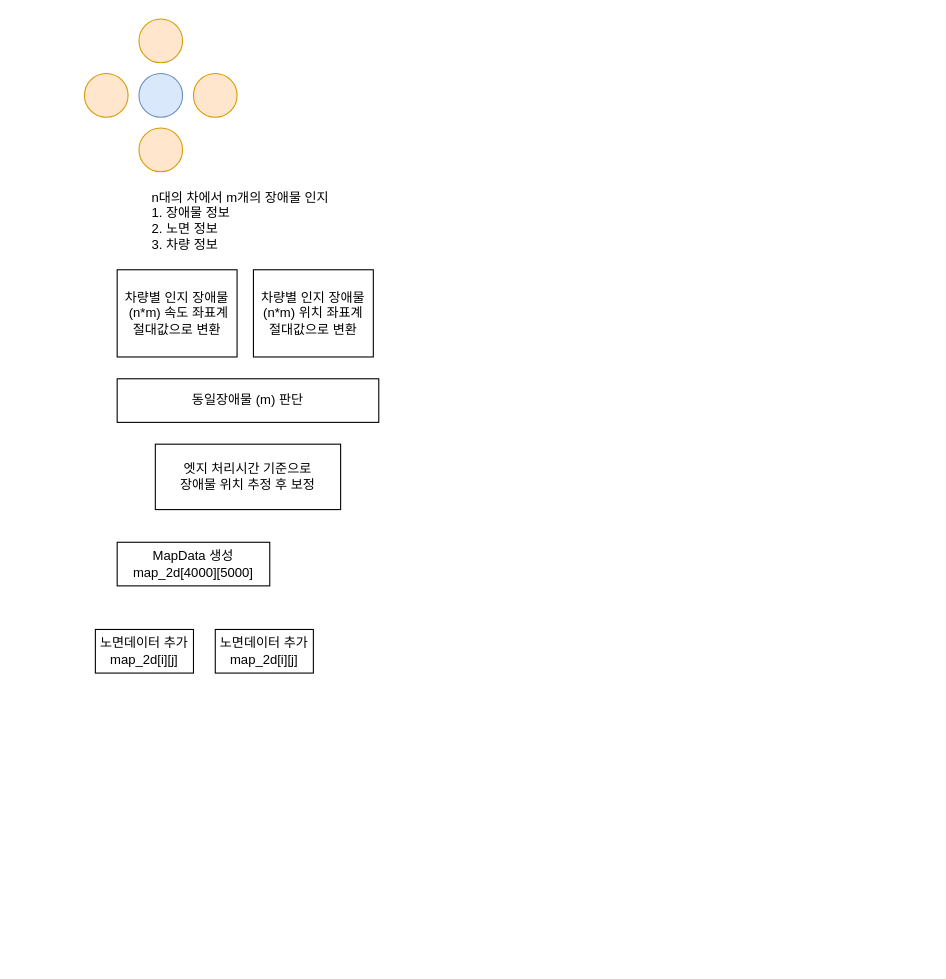
Before: Untitled Diagram.drawio in fittingend/edge_SDK, a draw.io diagram. Source tidied: cells renumbered, new cells numbered last; positions are measured from the earlier drawing's top-left corner, leaving out a move shared by most shapes. Both pictures are drawn from the tidied source at 109%, with x=0, y=0 at pixel (84, 19).
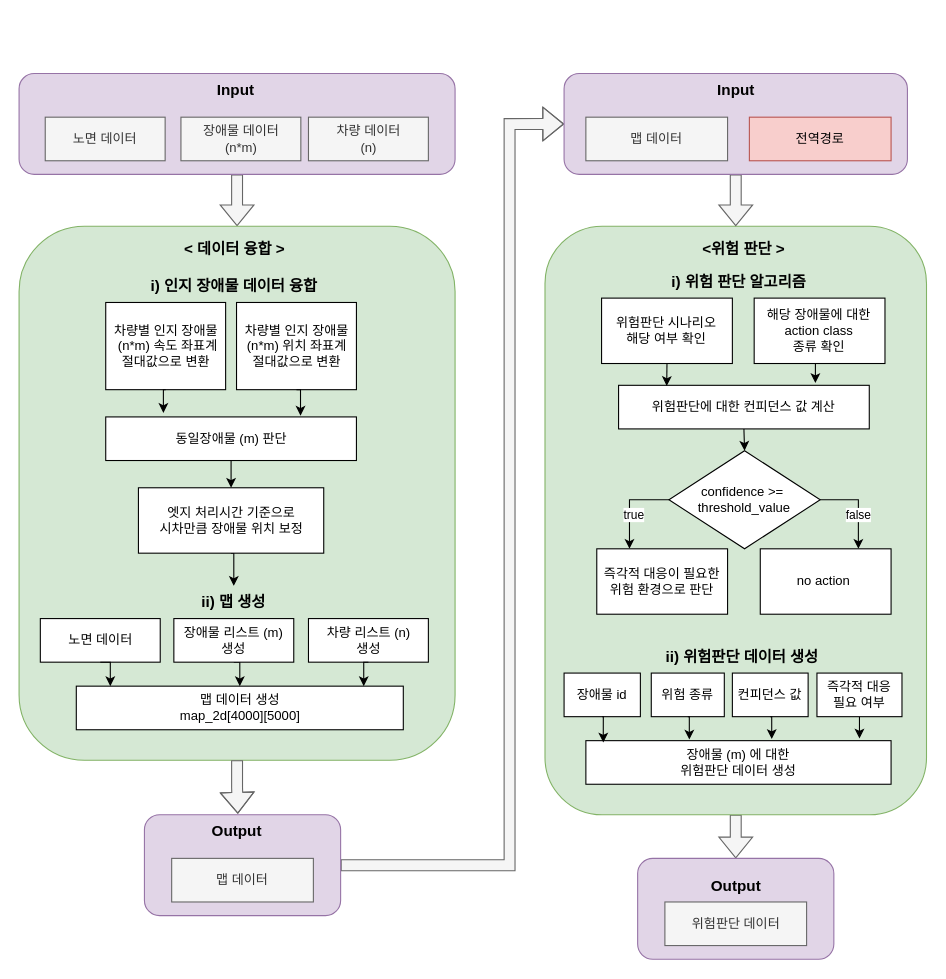
After the change.

What changed in the source:
```diff
@@
+    <mxCell id="16" style="edgeStyle=orthogonalEdgeStyle;rounded=0;jettySize=auto;html=1;exitX=0.5;exitY=1;exitDx=0;exitDy=0;shape=flexArrow;fillColor=#f5f5f5;strokeColor=#666666;" parent="1" edge="1" source="17" target="58">
+      <mxGeometry relative="1" as="geometry" />
+    </mxCell>
+    <mxCell id="17" style="rounded=1;whiteSpace=wrap;html=1;fillColor=#d5e8d4;strokeColor=#82b366;" parent="1" vertex="1">
+      <mxGeometry x="422.5" y="190" width="350" height="540" as="geometry" />
+    </mxCell>
+    <mxCell id="18" style="edgeStyle=orthogonalEdgeStyle;rounded=0;jettySize=auto;html=1;exitX=0.5;exitY=1;exitDx=0;exitDy=0;entryX=0.5;entryY=0;entryDx=0;entryDy=0;shape=flexArrow;fillColor=#f5f5f5;strokeColor=#666666;" parent="1" edge="1" source="19" target="20">
+      <mxGeometry relative="1" as="geometry" />
+    </mxCell>
+    <mxCell id="19" style="rounded=1;whiteSpace=wrap;html=1;fillColor=#e1d5e7;strokeColor=#9673a6;" parent="1" vertex="1">
+      <mxGeometry x="-60" y="50" width="400" height="92.5" as="geometry" />
+    </mxCell>
+    <mxCell id="20" style="rounded=1;whiteSpace=wrap;html=1;fillColor=#d5e8d4;strokeColor=#82b366;" parent="1" vertex="1">
+      <mxGeometry x="-60" y="190" width="400" height="490" as="geometry" />
+    </mxCell>
     <mxCell id="2" value="차량별 인지 장애물&lt;br&gt;&amp;nbsp;(n*m) 속도 좌표계 &lt;br&gt;절대값으로 변환" style="rounded=0;whiteSpace=wrap;html=1;" parent="1" vertex="1">
-      <mxGeometry x="30" y="230" width="110" height="80" as="geometry" />
+      <mxGeometry x="19.5" y="260" width="110" height="80" as="geometry" />
     </mxCell>
-    <mxCell id="3" style="ellipse;whiteSpace=wrap;html=1;fillColor=#ffe6cc;strokeColor=#d79b00;" parent="1" vertex="1">
-      <mxGeometry x="50" width="40" height="40" as="geometry" />
-    </mxCell>
-    <mxCell id="4" style="ellipse;whiteSpace=wrap;html=1;fillColor=#ffe6cc;strokeColor=#d79b00;" parent="1" vertex="1">
-      <mxGeometry x="50" y="100" width="40" height="40" as="geometry" />
-    </mxCell>
-    <mxCell id="5" style="ellipse;whiteSpace=wrap;html=1;fillColor=#ffe6cc;strokeColor=#d79b00;" parent="1" vertex="1">
-      <mxGeometry y="50" width="40" height="40" as="geometry" />
-    </mxCell>
-    <mxCell id="6" style="ellipse;whiteSpace=wrap;html=1;fillColor=#ffe6cc;strokeColor=#d79b00;" parent="1" vertex="1">
-      <mxGeometry x="100" y="50" width="40" height="40" as="geometry" />
-    </mxCell>
-    <mxCell id="7" style="ellipse;whiteSpace=wrap;html=1;fillColor=#dae8fc;strokeColor=#6c8ebf;" parent="1" vertex="1">
-      <mxGeometry x="50" y="50" width="40" height="40" as="geometry" />
-    </mxCell>
-    <mxCell id="8" value="n대의 차에서 m개의 장애물 인지&lt;br&gt;1. 장애물 정보&amp;nbsp;&lt;br&gt;2. 노면 정보&lt;br&gt;3. 차량 정보" style="text;html=1;strokeColor=none;fillColor=none;align=left;verticalAlign=middle;whiteSpace=wrap;rounded=0;" parent="1" vertex="1">
-      <mxGeometry x="60" y="170" width="210" height="30" as="geometry" />
-    </mxCell>
@@
     <mxCell id="10" value="차량별 인지 장애물&lt;br&gt;(n*m)&amp;nbsp;위치 좌표계&lt;br&gt;절대값으로 변환" style="rounded=0;whiteSpace=wrap;html=1;" parent="1" vertex="1">
-      <mxGeometry x="155" y="230" width="110" height="80" as="geometry" />
+      <mxGeometry x="139.5" y="260" width="110" height="80" as="geometry" />
     </mxCell>
+    <mxCell id="21" style="edgeStyle=orthogonalEdgeStyle;rounded=0;jettySize=auto;html=1;exitX=0.5;exitY=1;exitDx=0;exitDy=0;entryX=0.5;entryY=0;entryDx=0;entryDy=0;" parent="1" edge="1" source="11" target="30">
+      <mxGeometry relative="1" as="geometry" />
+    </mxCell>
-    <mxCell id="11" value="엣지 처리시간 기준으로 &lt;br&gt;장애물 위치 추정 후 보정" style="rounded=0;whiteSpace=wrap;html=1;" parent="1" vertex="1">
-      <mxGeometry x="65" y="390" width="170" height="60" as="geometry" />
+    <mxCell id="11" value="엣지 처리시간 기준으로 &lt;br&gt;시차만큼 장애물 위치 보정" style="rounded=0;whiteSpace=wrap;html=1;" parent="1" vertex="1">
+      <mxGeometry x="49.5" y="430" width="170" height="60" as="geometry" />
     </mxCell>
-    <mxCell id="12" value="MapData 생성&lt;br&gt;map_2d[4000][5000]" style="rounded=0;whiteSpace=wrap;html=1;" parent="1" vertex="1">
-      <mxGeometry x="30" y="480" width="140" height="40" as="geometry" />
+    <mxCell id="12" value="맵 데이터 생성&lt;br&gt;map_2d[4000][5000]" style="rounded=0;whiteSpace=wrap;html=1;" parent="1" vertex="1">
+      <mxGeometry x="-7.5" y="612" width="300" height="40" as="geometry" />
     </mxCell>
-    <mxCell id="13" value="노면데이터 추가&lt;br&gt;map_2d[i][j]" style="rounded=0;whiteSpace=wrap;html=1;" parent="1" vertex="1">
-      <mxGeometry x="10" y="560" width="90" height="40" as="geometry" />
+    <mxCell id="13" value="노면 데이터" style="rounded=0;whiteSpace=wrap;html=1;" parent="1" vertex="1">
+      <mxGeometry x="-40.5" y="550" width="110" height="40" as="geometry" />
     </mxCell>
+    <mxCell id="22" style="edgeStyle=orthogonalEdgeStyle;rounded=0;jettySize=auto;html=1;exitX=0.5;exitY=1;exitDx=0;exitDy=0;" parent="1" edge="1" source="14" target="11">
+      <mxGeometry relative="1" as="geometry" />
+    </mxCell>
     <mxCell id="14" value="동일장애물 (m) 판단" style="rounded=0;whiteSpace=wrap;html=1;" parent="1" vertex="1">
-      <mxGeometry x="30" y="330" width="240" height="40" as="geometry" />
+      <mxGeometry x="19.5" y="365" width="230" height="40" as="geometry" />
     </mxCell>
+    <mxCell id="23" style="edgeStyle=orthogonalEdgeStyle;rounded=0;jettySize=auto;html=1;exitX=0.5;exitY=1;exitDx=0;exitDy=0;entryX=0.5;entryY=0;entryDx=0;entryDy=0;" parent="1" edge="1" source="15" target="12">
+      <mxGeometry relative="1" as="geometry" />
+    </mxCell>
-    <mxCell id="15" value="노면데이터 추가&lt;br&gt;map_2d[i][j]" style="rounded=0;whiteSpace=wrap;html=1;" parent="1" vertex="1">
-      <mxGeometry x="120" y="560" width="90" height="40" as="geometry" />
+    <mxCell id="15" value="장애물 리스트 (m) &lt;br&gt;생성" style="rounded=0;whiteSpace=wrap;html=1;" parent="1" vertex="1">
+      <mxGeometry x="82" y="550" width="110" height="40" as="geometry" />
     </mxCell>
+    <mxCell id="24" value="차량 리스트 (n)&lt;br&gt;생성" style="rounded=0;whiteSpace=wrap;html=1;" parent="1" vertex="1">
+      <mxGeometry x="205.5" y="550" width="110" height="40" as="geometry" />
+    </mxCell>
+    <mxCell id="25" style="edgeStyle=orthogonalEdgeStyle;rounded=0;jettySize=auto;html=1;exitX=0.5;exitY=1;exitDx=0;exitDy=0;entryX=0.23;entryY=-0.092;entryDx=0;entryDy=0;entryPerimeter=0;" parent="1" edge="1" source="2" target="14">
+      <mxGeometry relative="1" as="geometry" />
+    </mxCell>
+    <mxCell id="26" style="edgeStyle=orthogonalEdgeStyle;rounded=0;jettySize=auto;html=1;exitX=0.5;exitY=1;exitDx=0;exitDy=0;entryX=0.777;entryY=-0.029;entryDx=0;entryDy=0;entryPerimeter=0;" parent="1" edge="1" source="10" target="14">
+      <mxGeometry relative="1" as="geometry" />
+    </mxCell>
+    <mxCell id="27" value="장애물 데이터&lt;br&gt;(n*m)" style="rounded=0;whiteSpace=wrap;html=1;fillColor=#f5f5f5;fontColor=#333333;strokeColor=#666666;" parent="1" vertex="1">
+      <mxGeometry x="88.5" y="90" width="110" height="40" as="geometry" />
+    </mxCell>
+    <mxCell id="28" value="차량 데이터&lt;br&gt;(n)" style="rounded=0;whiteSpace=wrap;html=1;fillColor=#f5f5f5;fontColor=#333333;strokeColor=#666666;" parent="1" vertex="1">
+      <mxGeometry x="205.5" y="90" width="110" height="40" as="geometry" />
+    </mxCell>
+    <mxCell id="29" value="i) 인지 장애물 데이터 융합" style="text;html=1;strokeColor=none;fillColor=none;align=center;verticalAlign=middle;whiteSpace=wrap;rounded=0;fontStyle=1;fontSize=14;" parent="1" vertex="1">
+      <mxGeometry x="51.8" y="230" width="170.5" height="30" as="geometry" />
+    </mxCell>
+    <mxCell id="30" value="ii) 맵 생성" style="text;html=1;strokeColor=none;fillColor=none;align=center;verticalAlign=middle;whiteSpace=wrap;rounded=0;fontStyle=1;fontSize=14;" parent="1" vertex="1">
+      <mxGeometry x="95" y="520" width="84" height="30" as="geometry" />
+    </mxCell>
+    <mxCell id="31" value="Input" style="text;html=1;strokeColor=none;fillColor=none;align=center;verticalAlign=middle;whiteSpace=wrap;rounded=0;fontStyle=1;fontSize=14;" parent="1" vertex="1">
+      <mxGeometry x="74" y="50" width="130" height="30" as="geometry" />
+    </mxCell>
+    <mxCell id="32" value="&amp;lt; 데이터 융합 &amp;gt;" style="text;html=1;strokeColor=none;fillColor=none;align=center;verticalAlign=middle;whiteSpace=wrap;rounded=0;fontStyle=1;fontSize=14;" parent="1" vertex="1">
+      <mxGeometry x="72.5" y="196" width="130" height="30" as="geometry" />
+    </mxCell>
+    <mxCell id="33" style="edgeStyle=orthogonalEdgeStyle;rounded=0;jettySize=auto;html=1;exitX=0.5;exitY=1;exitDx=0;exitDy=0;entryX=0.104;entryY=0;entryDx=0;entryDy=0;entryPerimeter=0;" parent="1" edge="1" source="13" target="12">
+      <mxGeometry relative="1" as="geometry" />
+    </mxCell>
+    <mxCell id="34" style="edgeStyle=orthogonalEdgeStyle;rounded=0;jettySize=auto;html=1;exitX=0.5;exitY=1;exitDx=0;exitDy=0;entryX=0.879;entryY=0;entryDx=0;entryDy=0;entryPerimeter=0;" parent="1" edge="1" source="24" target="12">
+      <mxGeometry relative="1" as="geometry" />
+    </mxCell>
+    <mxCell id="35" style="edgeStyle=orthogonalEdgeStyle;rounded=0;jettySize=auto;html=1;exitX=1;exitY=0.5;exitDx=0;exitDy=0;entryX=0;entryY=0.5;entryDx=0;entryDy=0;shape=flexArrow;fillColor=#f5f5f5;strokeColor=#666666;" parent="1" edge="1" source="36" target="43">
+      <mxGeometry relative="1" as="geometry">
+        <Array as="points">
+          <mxPoint x="390" y="776" />
+          <mxPoint x="390" y="96" />
+        </Array>
+      </mxGeometry>
+    </mxCell>
+    <mxCell id="36" style="rounded=1;whiteSpace=wrap;html=1;fillColor=#e1d5e7;strokeColor=#9673a6;" parent="1" vertex="1">
+      <mxGeometry x="55" y="730" width="180" height="92.5" as="geometry" />
+    </mxCell>
+    <mxCell id="37" value="Output" style="text;html=1;strokeColor=none;fillColor=none;align=center;verticalAlign=middle;whiteSpace=wrap;rounded=0;fontStyle=1;fontSize=14;" parent="1" vertex="1">
+      <mxGeometry x="75" y="730" width="130" height="30" as="geometry" />
+    </mxCell>
+    <mxCell id="38" value="노면 데이터" style="rounded=0;whiteSpace=wrap;html=1;fillColor=#f5f5f5;fontColor=#333333;strokeColor=#666666;" parent="1" vertex="1">
+      <mxGeometry x="-36" y="90" width="110" height="40" as="geometry" />
+    </mxCell>
+    <mxCell id="39" value="맵 데이터" style="rounded=0;whiteSpace=wrap;html=1;fillColor=#f5f5f5;fontColor=#333333;strokeColor=#666666;" parent="1" vertex="1">
+      <mxGeometry x="80" y="770" width="130" height="40" as="geometry" />
+    </mxCell>
+    <mxCell id="40" style="edgeStyle=orthogonalEdgeStyle;rounded=0;jettySize=auto;html=1;exitX=0.5;exitY=1;exitDx=0;exitDy=0;entryX=0.476;entryY=-0.011;entryDx=0;entryDy=0;entryPerimeter=0;shape=flexArrow;fillColor=#f5f5f5;strokeColor=#666666;" parent="1" edge="1" source="20" target="36">
+      <mxGeometry relative="1" as="geometry" />
+    </mxCell>
+    <mxCell id="41" value="&amp;lt;위험 판단 &amp;gt;" style="text;html=1;strokeColor=none;fillColor=none;align=center;verticalAlign=middle;whiteSpace=wrap;rounded=0;fontStyle=1;fontSize=14;" parent="1" vertex="1">
+      <mxGeometry x="540" y="196" width="130" height="30" as="geometry" />
+    </mxCell>
+    <mxCell id="42" style="edgeStyle=orthogonalEdgeStyle;rounded=0;jettySize=auto;html=1;exitX=0.5;exitY=1;exitDx=0;exitDy=0;entryX=0.5;entryY=0;entryDx=0;entryDy=0;shape=flexArrow;fillColor=#f5f5f5;strokeColor=#666666;" parent="1" edge="1" source="43" target="17">
+      <mxGeometry relative="1" as="geometry" />
+    </mxCell>
+    <mxCell id="43" style="rounded=1;whiteSpace=wrap;html=1;fillColor=#e1d5e7;strokeColor=#9673a6;" parent="1" vertex="1">
+      <mxGeometry x="440" y="50" width="315" height="92.5" as="geometry" />
+    </mxCell>
+    <mxCell id="44" value="Input" style="text;html=1;strokeColor=none;fillColor=none;align=center;verticalAlign=middle;whiteSpace=wrap;rounded=0;fontStyle=1;fontSize=14;" parent="1" vertex="1">
+      <mxGeometry x="532.5" y="50" width="130" height="30" as="geometry" />
+    </mxCell>
+    <mxCell id="45" value="맵 데이터" style="rounded=0;whiteSpace=wrap;html=1;fillColor=#f5f5f5;fontColor=#333333;strokeColor=#666666;" parent="1" vertex="1">
+      <mxGeometry x="460" y="90" width="130" height="40" as="geometry" />
+    </mxCell>
+    <mxCell id="46" value="전역경로" style="rounded=0;whiteSpace=wrap;html=1;fillColor=#f8cecc;strokeColor=#b85450;" parent="1" vertex="1">
+      <mxGeometry x="610" y="90" width="130" height="40" as="geometry" />
+    </mxCell>
+    <mxCell id="47" value="위험판단 시나리오&lt;br&gt;해당 여부 확인" style="rounded=0;whiteSpace=wrap;html=1;" parent="1" vertex="1">
+      <mxGeometry x="474.4" y="256" width="120" height="60" as="geometry" />
+    </mxCell>
+    <mxCell id="48" value="해당 장애물에 대한 &lt;br&gt;action class&lt;br&gt;종류 확인" style="rounded=0;whiteSpace=wrap;html=1;" parent="1" vertex="1">
+      <mxGeometry x="614.4" y="256" width="120" height="60" as="geometry" />
+    </mxCell>
+    <mxCell id="49" style="edgeStyle=orthogonalEdgeStyle;rounded=0;jettySize=auto;html=1;exitX=0.5;exitY=1;exitDx=0;exitDy=0;entryX=0.5;entryY=0;entryDx=0;entryDy=0;" parent="1" edge="1" source="50" target="55">
+      <mxGeometry relative="1" as="geometry" />
+    </mxCell>
+    <mxCell id="50" value="위험판단에 대한 컨피던스 값 계산" style="rounded=0;whiteSpace=wrap;html=1;" parent="1" vertex="1">
+      <mxGeometry x="490" y="336" width="230" height="40" as="geometry" />
+    </mxCell>
+    <mxCell id="51" style="edgeStyle=orthogonalEdgeStyle;rounded=0;jettySize=auto;html=1;exitX=1;exitY=0.5;exitDx=0;exitDy=0;entryX=0.75;entryY=0;entryDx=0;entryDy=0;" parent="1" edge="1" source="55" target="57">
+      <mxGeometry relative="1" as="geometry" />
+    </mxCell>
+    <mxCell id="52" value="false" style="edgeLabel;html=1;align=center;verticalAlign=middle;" parent="51" vertex="1">
+      <mxGeometry x="0.19" y="-1" relative="1" as="geometry" />
+    </mxCell>
+    <mxCell id="53" style="edgeStyle=orthogonalEdgeStyle;rounded=0;jettySize=auto;html=1;exitX=0;exitY=0.5;exitDx=0;exitDy=0;entryX=0.25;entryY=0;entryDx=0;entryDy=0;" parent="1" edge="1" source="55" target="56">
+      <mxGeometry relative="1" as="geometry" />
+    </mxCell>
+    <mxCell id="54" value="true" style="edgeLabel;html=1;align=center;verticalAlign=middle;" parent="53" vertex="1">
+      <mxGeometry x="0.23" y="3" relative="1" as="geometry" />
+    </mxCell>
+    <mxCell id="55" value="confidence &amp;gt;=&amp;nbsp;&lt;br&gt;threshold_value" style="rhombus;whiteSpace=wrap;html=1;" parent="1" vertex="1">
+      <mxGeometry x="536.2" y="396" width="138.8" height="90" as="geometry" />
+    </mxCell>
+    <mxCell id="56" value="즉각적 대응이 필요한&lt;br&gt;위험 환경으로 판단" style="rounded=0;whiteSpace=wrap;html=1;" parent="1" vertex="1">
+      <mxGeometry x="470" y="486" width="120" height="60" as="geometry" />
+    </mxCell>
+    <mxCell id="57" value="no action&amp;nbsp;" style="rounded=0;whiteSpace=wrap;html=1;" parent="1" vertex="1">
+      <mxGeometry x="620" y="486" width="120" height="60" as="geometry" />
+    </mxCell>
+    <mxCell id="58" style="rounded=1;whiteSpace=wrap;html=1;fillColor=#e1d5e7;strokeColor=#9673a6;" parent="1" vertex="1">
+      <mxGeometry x="507.5" y="770" width="180" height="92.5" as="geometry" />
+    </mxCell>
+    <mxCell id="59" value="Output" style="text;html=1;strokeColor=none;fillColor=none;align=center;verticalAlign=middle;whiteSpace=wrap;rounded=0;fontStyle=1;fontSize=14;" parent="1" vertex="1">
+      <mxGeometry x="532.5" y="780" width="130" height="30" as="geometry" />
+    </mxCell>
+    <mxCell id="60" value="위험판단 데이터" style="rounded=0;whiteSpace=wrap;html=1;fillColor=#f5f5f5;fontColor=#333333;strokeColor=#666666;" parent="1" vertex="1">
+      <mxGeometry x="532.5" y="810" width="130" height="40" as="geometry" />
+    </mxCell>
+    <mxCell id="61" style="edgeStyle=orthogonalEdgeStyle;rounded=0;jettySize=auto;html=1;exitX=0.5;exitY=1;exitDx=0;exitDy=0;entryX=0.785;entryY=-0.053;entryDx=0;entryDy=0;entryPerimeter=0;" parent="1" edge="1" source="48" target="50">
+      <mxGeometry relative="1" as="geometry" />
+    </mxCell>
+    <mxCell id="62" style="edgeStyle=orthogonalEdgeStyle;rounded=0;jettySize=auto;html=1;exitX=0.5;exitY=1;exitDx=0;exitDy=0;entryX=0.192;entryY=0.015;entryDx=0;entryDy=0;entryPerimeter=0;" parent="1" edge="1" source="47" target="50">
+      <mxGeometry relative="1" as="geometry" />
+    </mxCell>
+    <mxCell id="63" value="장애물 (m) 에 대한&lt;br&gt;위험판단 데이터 생성" style="rounded=0;whiteSpace=wrap;html=1;" parent="1" vertex="1">
+      <mxGeometry x="460" y="662" width="280" height="40" as="geometry" />
+    </mxCell>
+    <mxCell id="64" value="i) 위험 판단 알고리즘&amp;nbsp;" style="text;html=1;strokeColor=none;fillColor=none;align=center;verticalAlign=middle;whiteSpace=wrap;rounded=0;fontStyle=1;fontSize=14;" parent="1" vertex="1">
+      <mxGeometry x="516.6" y="226" width="170.5" height="30" as="geometry" />
+    </mxCell>
+    <mxCell id="65" value="ii) 위험판단 데이터 생성&amp;nbsp;" style="text;html=1;strokeColor=none;fillColor=none;align=center;verticalAlign=middle;whiteSpace=wrap;rounded=0;fontStyle=1;fontSize=14;" parent="1" vertex="1">
+      <mxGeometry x="520.4" y="570" width="170.5" height="30" as="geometry" />
+    </mxCell>
+    <mxCell id="66" value="위험 종류" style="rounded=0;whiteSpace=wrap;html=1;" parent="1" vertex="1">
+      <mxGeometry x="520" y="600" width="67" height="40" as="geometry" />
+    </mxCell>
+    <mxCell id="67" value="컨피던스 값" style="rounded=0;whiteSpace=wrap;html=1;" parent="1" vertex="1">
+      <mxGeometry x="594.4" y="600" width="69.5" height="40" as="geometry" />
+    </mxCell>
+    <mxCell id="68" style="edgeStyle=orthogonalEdgeStyle;rounded=0;jettySize=auto;html=1;exitX=0.5;exitY=1;exitDx=0;exitDy=0;" parent="1" edge="1" source="69">
+      <mxGeometry relative="1" as="geometry">
+        <mxPoint x="711" y="660" as="targetPoint" />
+      </mxGeometry>
+    </mxCell>
+    <mxCell id="69" value="즉각적 대응 &lt;br&gt;필요 여부" style="rounded=0;whiteSpace=wrap;html=1;" parent="1" vertex="1">
+      <mxGeometry x="672" y="600" width="78" height="40" as="geometry" />
+    </mxCell>
+    <mxCell id="70" value="장애물 id" style="rounded=0;whiteSpace=wrap;html=1;" parent="1" vertex="1">
+      <mxGeometry x="440" y="600" width="70" height="40" as="geometry" />
+    </mxCell>
+    <mxCell id="71" style="edgeStyle=orthogonalEdgeStyle;rounded=0;jettySize=auto;html=1;exitX=0.5;exitY=1;exitDx=0;exitDy=0;entryX=0.057;entryY=0.042;entryDx=0;entryDy=0;entryPerimeter=0;" parent="1" edge="1" source="70" target="63">
+      <mxGeometry relative="1" as="geometry" />
+    </mxCell>
+    <mxCell id="72" style="edgeStyle=orthogonalEdgeStyle;rounded=0;jettySize=auto;html=1;exitX=0.5;exitY=1;exitDx=0;exitDy=0;entryX=0.339;entryY=-0.025;entryDx=0;entryDy=0;entryPerimeter=0;" parent="1" edge="1" source="66" target="63">
+      <mxGeometry relative="1" as="geometry" />
+    </mxCell>
+    <mxCell id="73" style="edgeStyle=orthogonalEdgeStyle;rounded=0;jettySize=auto;html=1;exitX=0.5;exitY=1;exitDx=0;exitDy=0;entryX=0.609;entryY=-0.037;entryDx=0;entryDy=0;entryPerimeter=0;" parent="1" edge="1" source="67" target="63">
+      <mxGeometry relative="1" as="geometry" />
+    </mxCell>
```
